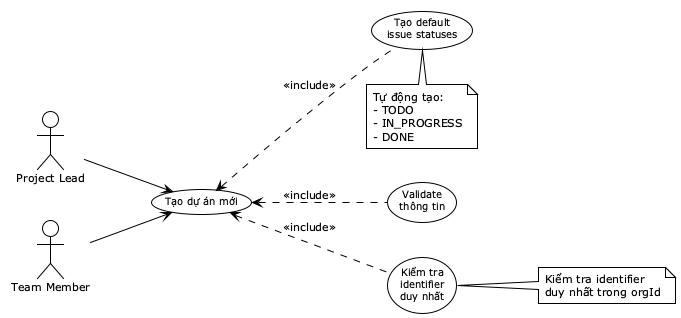
Earlier version of the PlantUML export reports/dat-examples/report/images/uc01_1_create_project.png (toantran292/datn).
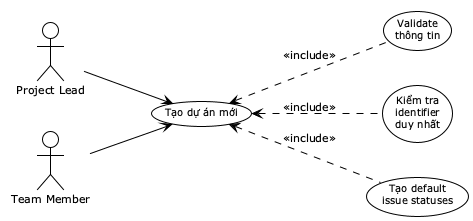
After the change.

Diff of the diagram source:
```diff
@@ -20,16 +20,4 @@
 UC_CheckID .up.> UC_Create : <<include>>
 UC_CreateStatuses .up.> UC_Create : <<include>>
 
-note right of UC_CheckID
-  Kiểm tra identifier
-  duy nhất trong orgId
-end note
-
-note bottom of UC_CreateStatuses
-  Tự động tạo:
-  - TODO
-  - IN_PROGRESS
-  - DONE
-end note
-
 @enduml
```
